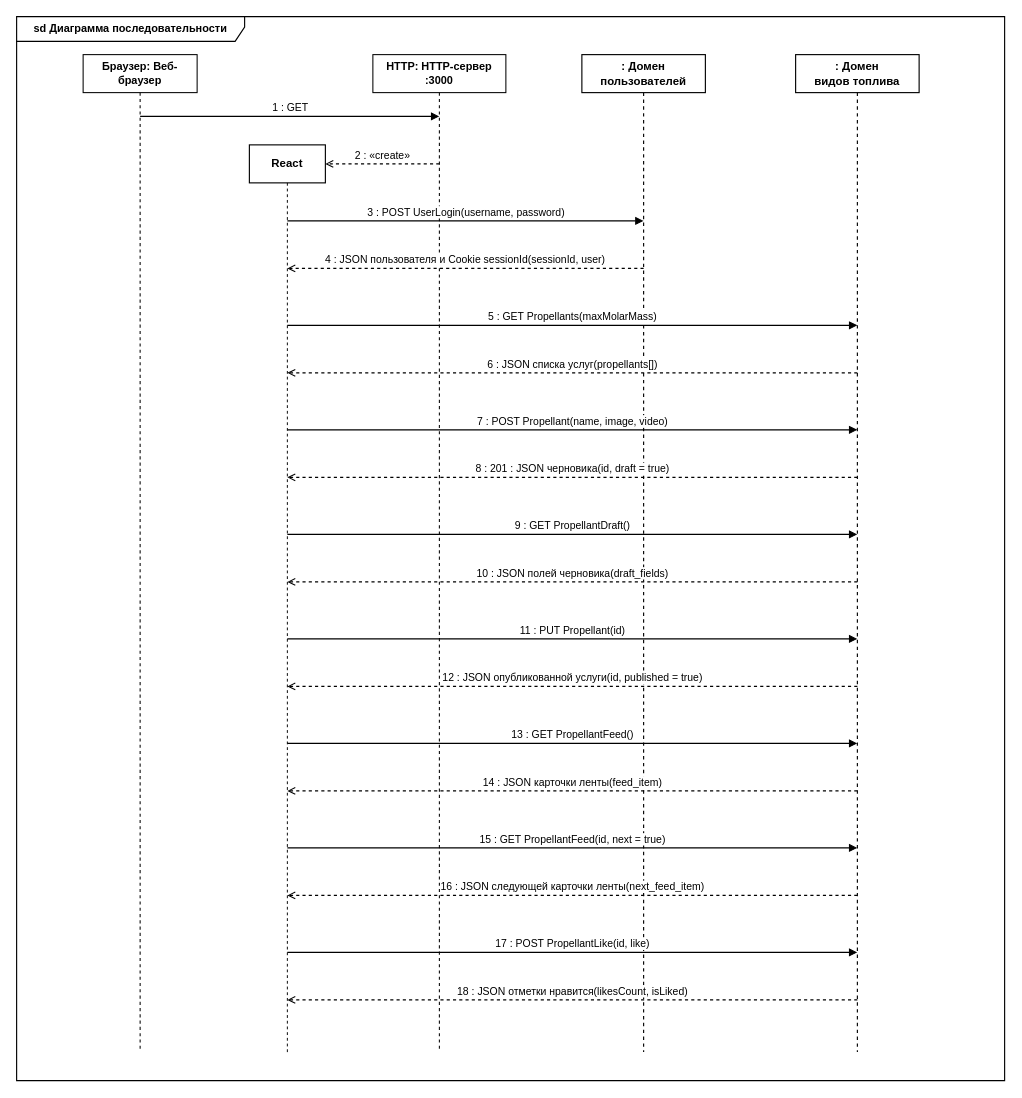
Earlier version of the draw.io diagram sequence_diagram.drawio (Mr-Flyguy/propellant-impulse-backend). Source tidied: cells renumbered, new cells numbered last; positions are measured from the earlier drawing's top-left corner, leaving out a move shared by most shapes. Both pictures are drawn from the tidied source at 95%, with x=0, y=0 at pixel (16, 16).
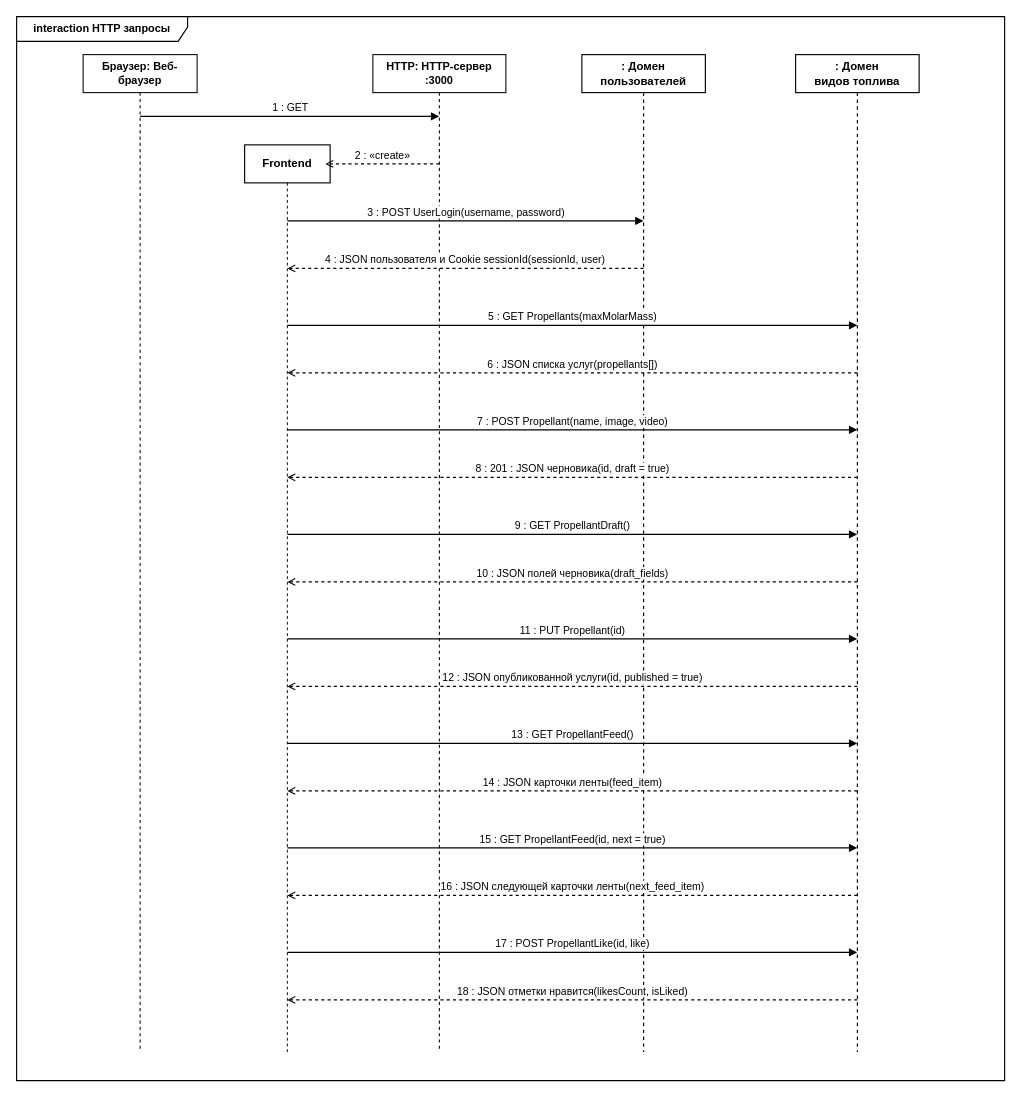
Above is the later version.

What changed in the source:
```diff
@@
-    <mxCell id="2" value="sd Диаграмма последовательности" style="shape=umlFrame;whiteSpace=wrap;html=1;width=240;height=26;fontStyle=1;fontSize=11.5;fontFamily=Helvetica;fillColor=#FFFFFF;strokeColor=#000000;strokeWidth=1.2;" parent="1" vertex="1">
+    <mxCell id="2" value="interaction HTTP запросы" style="shape=umlFrame;whiteSpace=wrap;html=1;width=180;height=26;fontStyle=1;fontSize=11.5;fontFamily=Helvetica;fillColor=#FFFFFF;strokeColor=#000000;strokeWidth=1.2;" parent="1" vertex="1">
       <mxGeometry width="1040" height="1120" as="geometry" />
     </mxCell>
@@
-    <mxCell id="7" value="React" style="rounded=0;whiteSpace=wrap;html=1;fillColor=#FFFFFF;strokeColor=#000000;strokeWidth=1.2;fontFamily=Helvetica;fontSize=12;fontStyle=1;" parent="1" vertex="1">
-      <mxGeometry x="245" y="135" width="80" height="40" as="geometry" />
+    <mxCell id="7" value="Frontend" style="rounded=0;whiteSpace=wrap;html=1;fillColor=#FFFFFF;strokeColor=#000000;strokeWidth=1.2;fontFamily=Helvetica;fontSize=12;fontStyle=1;" parent="1" vertex="1">
+      <mxGeometry x="240" y="135" width="90" height="40" as="geometry" />
     </mxCell>
```
